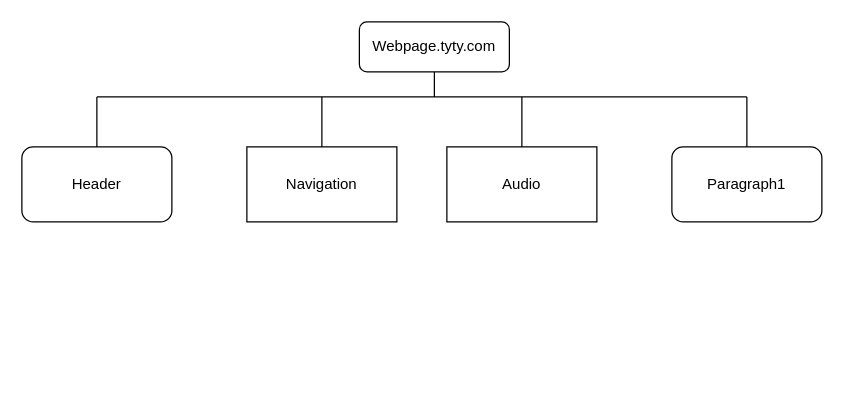
pilsburryDoughBoi/refresher keeps this draw.io diagram as Untitled Diagram.drawio. Above is the earlier version. Source tidied: cells renumbered, new cells numbered last; positions are measured from the earlier drawing's top-left corner, leaving out a move shared by most shapes. Both pictures are drawn from the tidied source at 125%, with x=0, y=0 at pixel (21, 21).
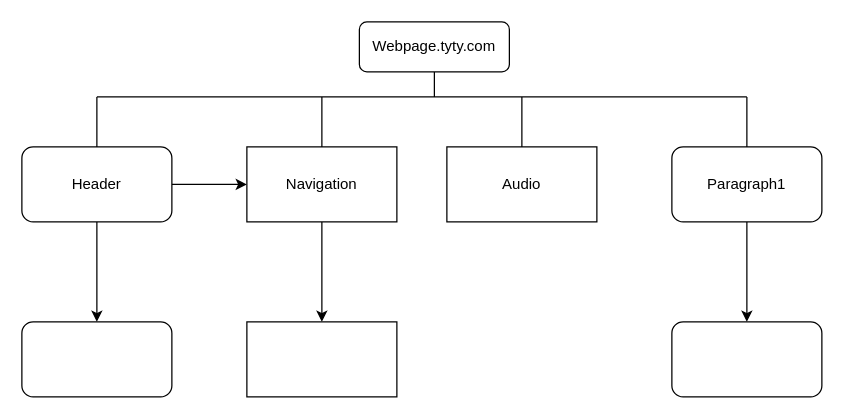
After the change.

Unchanged cells that the change refers to:
```xml
<mxCell id="3" value="Paragraph1" style="whiteSpace=wrap;html=1;rounded=1;shadow=0;strokeWidth=1;glass=0;" parent="1" vertex="1">
  <mxGeometry x="520" y="100" width="120" height="60" as="geometry" />
</mxCell>
<mxCell id="4" value="Header" style="rounded=1;whiteSpace=wrap;html=1;" parent="1" vertex="1">
  <mxGeometry y="100" width="120" height="60" as="geometry" />
</mxCell>
<mxCell id="5" value="Navigation" style="rounded=0;whiteSpace=wrap;html=1;" parent="1" vertex="1">
  <mxGeometry x="180" y="100" width="120" height="60" as="geometry" />
</mxCell>
```

Change to the diagram source:
```diff
@@
+    <mxCell id="13" style="edgeStyle=orthogonalEdgeStyle;rounded=0;jettySize=auto;html=1;" parent="1" edge="1" source="3" target="19">
+      <mxGeometry relative="1" as="geometry" />
+    </mxCell>
@@
+    <mxCell id="14" style="edgeStyle=orthogonalEdgeStyle;rounded=0;jettySize=auto;html=1;" parent="1" edge="1" source="4" target="17">
+      <mxGeometry relative="1" as="geometry" />
+    </mxCell>
+    <mxCell id="15" style="edgeStyle=orthogonalEdgeStyle;rounded=0;jettySize=auto;html=1;" parent="1" edge="1" source="4" target="5">
+      <mxGeometry relative="1" as="geometry" />
+    </mxCell>
@@
+    <mxCell id="16" style="edgeStyle=orthogonalEdgeStyle;rounded=0;jettySize=auto;html=1;" parent="1" edge="1" source="5" target="18">
+      <mxGeometry relative="1" as="geometry" />
+    </mxCell>
@@
+    <mxCell id="17" style="whiteSpace=wrap;html=1;rounded=1;" parent="1" vertex="1">
+      <mxGeometry y="240" width="120" height="60" as="geometry" />
+    </mxCell>
+    <mxCell id="18" style="whiteSpace=wrap;html=1;rounded=0;" parent="1" vertex="1">
+      <mxGeometry x="180" y="240" width="120" height="60" as="geometry" />
+    </mxCell>
+    <mxCell id="19" style="whiteSpace=wrap;html=1;rounded=1;shadow=0;strokeWidth=1;glass=0;" parent="1" vertex="1">
+      <mxGeometry x="520" y="240" width="120" height="60" as="geometry" />
+    </mxCell>
```
